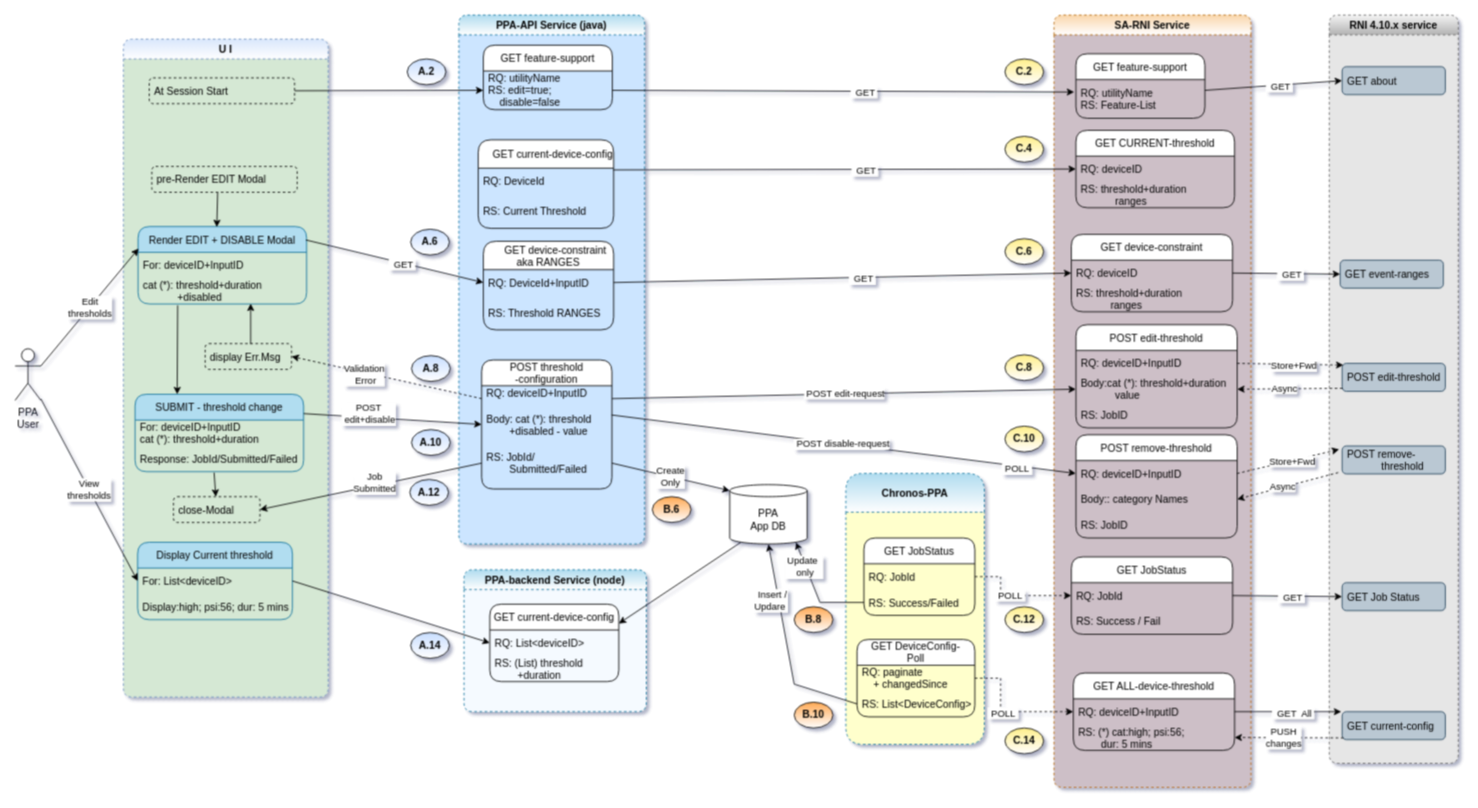
Above: ppa/disablethreshold/threshold-config-dec-2022-v1.drawio in rajeshpv-common/my-drawio (draw.io), before the change. Source tidied: cells renumbered, new cells numbered last; positions are measured from the earlier drawing's top-left corner, leaving out a move shared by most shapes. Both pictures are drawn from the tidied source at 86%, with x=0, y=0 at pixel (15, 15).
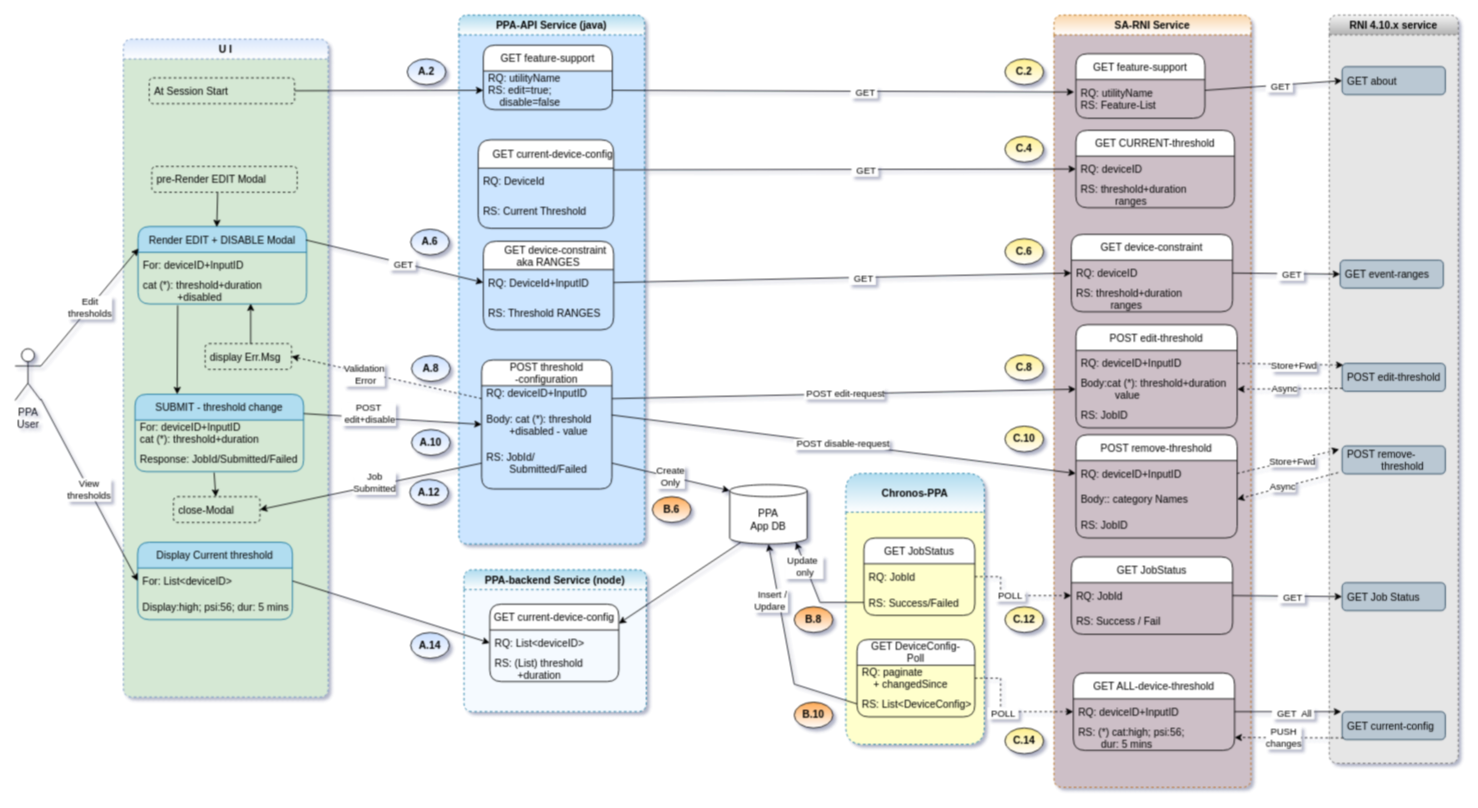
The same diagram, later.

The change refers to these unchanged cells:
```xml
<mxCell id="120" style="edgeStyle=orthogonalEdgeStyle;rounded=0;jettySize=auto;html=1;exitX=1;exitY=0.5;exitDx=0;exitDy=0;entryX=0;entryY=0.5;entryDx=0;entryDy=0;dashed=1;" parent="1" edge="1" source="68" target="7">
  <mxGeometry relative="1" as="geometry">
    <Array as="points">
      <mxPoint x="1146" y="653" />
      <mxPoint x="1146" y="675" />
    </Array>
  </mxGeometry>
</mxCell>
```

Diff of the diagram source:
```diff
@@
-    <mxCell id="121" value="&amp;nbsp;POLL&amp;nbsp;" style="edgeLabel;html=1;align=center;verticalAlign=middle;" parent="120" vertex="1">
-      <mxGeometry x="-0.08" relative="1" as="geometry">
-        <mxPoint x="8" y="-148" as="offset" />
-      </mxGeometry>
-    </mxCell>
```
